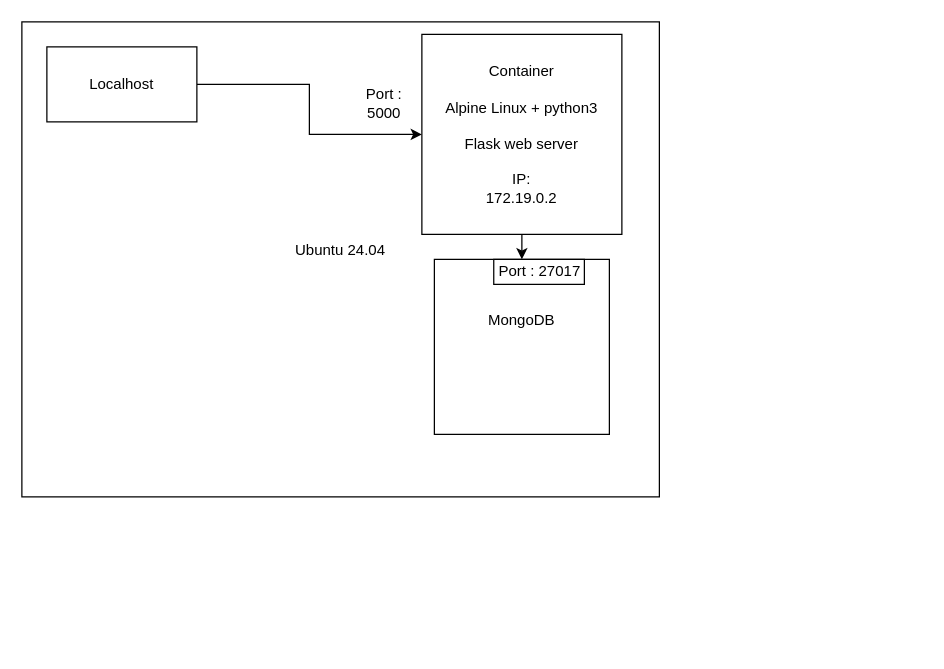
Above: System.drawio in ComplexNetTSP/kubernetes-Milkoeee (draw.io), before the change. Source tidied: cells renumbered, new cells numbered last; positions are measured from the earlier drawing's top-left corner, leaving out a move shared by most shapes. Both pictures are drawn from the tidied source at 125%, with x=0, y=0 at pixel (21, 21).
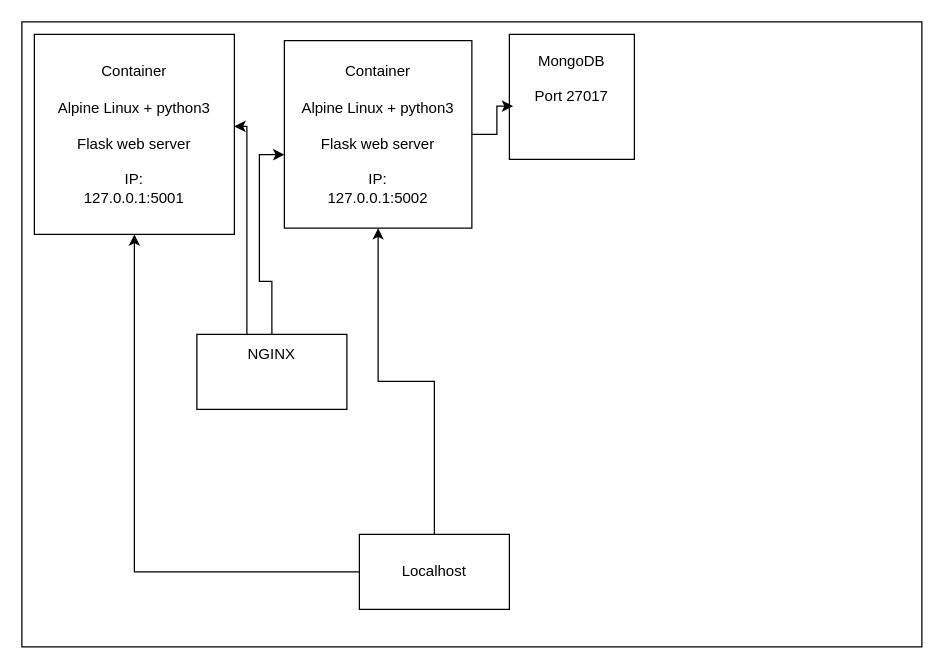
After the change.

What changed in the source:
```diff
@@
 <mxGraphModel>
   <root>
     <mxCell id="0" />
     <mxCell id="1" parent="0" />
-    <mxCell id="2" value="&lt;div&gt;Ubuntu 24.04&lt;/div&gt;&lt;div&gt;&lt;br&gt;&lt;/div&gt;" style="rounded=0;whiteSpace=wrap;html=1;" parent="1" vertex="1">
-      <mxGeometry width="510" height="380" as="geometry" />
+    <mxCell id="2" style="rounded=0;whiteSpace=wrap;html=1;" parent="1" vertex="1">
+      <mxGeometry width="720" height="500" as="geometry" />
     </mxCell>
-    <mxCell id="3" value="&lt;div&gt;Container&lt;/div&gt;&lt;div&gt;&lt;br&gt;&lt;/div&gt;&lt;div&gt;Alpine Linux + python3&lt;/div&gt;&lt;div&gt;&lt;br&gt;&lt;/div&gt;&lt;div&gt;Flask web server&lt;/div&gt;&lt;div&gt;&lt;br&gt;&lt;/div&gt;&lt;div&gt;IP: &lt;br&gt;&lt;/div&gt;172.19.0.2" style="whiteSpace=wrap;html=1;" parent="1" vertex="1">
-      <mxGeometry x="320" y="10" width="160" height="160" as="geometry" />
+    <mxCell id="3" value="&lt;div&gt;Container&lt;/div&gt;&lt;div&gt;&lt;br&gt;&lt;/div&gt;&lt;div&gt;Alpine Linux + python3&lt;/div&gt;&lt;div&gt;&lt;br&gt;&lt;/div&gt;&lt;div&gt;Flask web server&lt;/div&gt;&lt;div&gt;&lt;br&gt;&lt;/div&gt;&lt;div&gt;IP: &lt;br&gt;&lt;/div&gt;127.0.0.1:5002" style="whiteSpace=wrap;html=1;" parent="1" vertex="1">
+      <mxGeometry x="210" y="15" width="150" height="150" as="geometry" />
     </mxCell>
-    <mxCell id="4" value="MongoDB&lt;div&gt;&lt;br&gt;&lt;/div&gt;&lt;div&gt;&lt;br&gt;&lt;/div&gt;&lt;div&gt;&amp;nbsp;&lt;br&gt;&lt;/div&gt;" style="whiteSpace=wrap;html=1;" parent="1" vertex="1">
-      <mxGeometry x="330" y="190" width="140" height="140" as="geometry" />
+    <mxCell id="4" value="MongoDB&lt;div&gt;&lt;br&gt;&lt;/div&gt;&lt;div&gt;Port 27017&lt;/div&gt;&lt;div&gt;&lt;br&gt;&lt;/div&gt;&lt;div&gt;&amp;nbsp;&lt;br&gt;&lt;/div&gt;" style="whiteSpace=wrap;html=1;" parent="1" vertex="1">
+      <mxGeometry x="390" y="10" width="100" height="100" as="geometry" />
     </mxCell>
+    <mxCell id="7" style="edgeStyle=orthogonalEdgeStyle;rounded=0;jettySize=auto;html=1;" parent="1" edge="1" source="8" target="3">
+      <mxGeometry relative="1" as="geometry" />
+    </mxCell>
+    <mxCell id="10" style="edgeStyle=orthogonalEdgeStyle;rounded=0;jettySize=auto;html=1;" parent="1" edge="1" source="8" target="11">
+      <mxGeometry relative="1" as="geometry" />
+    </mxCell>
+    <mxCell id="8" value="Localhost " style="rounded=0;whiteSpace=wrap;html=1;" parent="1" vertex="1">
+      <mxGeometry x="270" y="410" width="120" height="60" as="geometry" />
+    </mxCell>
+    <mxCell id="11" value="&lt;div&gt;Container&lt;/div&gt;&lt;div&gt;&lt;br&gt;&lt;/div&gt;&lt;div&gt;Alpine Linux + python3&lt;/div&gt;&lt;div&gt;&lt;br&gt;&lt;/div&gt;&lt;div&gt;Flask web server&lt;/div&gt;&lt;div&gt;&lt;br&gt;&lt;/div&gt;&lt;div&gt;IP: &lt;br&gt;&lt;/div&gt;127.0.0.1:5001" style="whiteSpace=wrap;html=1;" parent="1" vertex="1">
+      <mxGeometry x="10" y="10" width="160" height="160" as="geometry" />
+    </mxCell>
-    <mxCell id="5" style="endArrow=classic;html=1;rounded=0;entryX=0.5;entryY=0;entryDx=0;entryDy=0;" parent="1" edge="1" source="3" target="4">
+    <mxCell id="5" style="edgeStyle=orthogonalEdgeStyle;rounded=0;jettySize=auto;html=1;entryX=0.03;entryY=0.574;entryDx=0;entryDy=0;entryPerimeter=0;" parent="1" edge="1" source="3" target="4">
       <mxGeometry relative="1" as="geometry" />
     </mxCell>
-    <mxCell id="6" value="Port : 27017" style="rounded=0;whiteSpace=wrap;html=1;" parent="1" vertex="1">
-      <mxGeometry x="377.5" y="190" width="72.5" height="20" as="geometry" />
-    </mxCell>
-    <mxCell id="7" style="edgeStyle=orthogonalEdgeStyle;rounded=0;jettySize=auto;html=1;" parent="1" edge="1" source="8" target="3">
-      <mxGeometry relative="1" as="geometry" />
-    </mxCell>
-    <mxCell id="8" value="Localhost " style="rounded=0;whiteSpace=wrap;html=1;" parent="1" vertex="1">
-      <mxGeometry x="20" y="20" width="120" height="60" as="geometry" />
-    </mxCell>
-    <mxCell id="9" value="Port : 5000" style="text;html=1;align=center;verticalAlign=middle;whiteSpace=wrap;rounded=0;" parent="1" vertex="1">
-      <mxGeometry x="260" y="50" width="60" height="30" as="geometry" />
-    </mxCell>
+    <mxCell id="12" value="&lt;div&gt;NGINX&lt;/div&gt;&lt;div&gt;&lt;br&gt;&lt;/div&gt;&lt;div&gt;&lt;br&gt;&lt;/div&gt;" style="rounded=0;whiteSpace=wrap;html=1;" parent="1" vertex="1">
+      <mxGeometry x="140" y="250" width="120" height="60" as="geometry" />
+    </mxCell>
+    <mxCell id="13" style="edgeStyle=orthogonalEdgeStyle;rounded=0;jettySize=auto;html=1;entryX=1;entryY=0.46;entryDx=0;entryDy=0;entryPerimeter=0;" parent="1" edge="1" source="12" target="11">
+      <mxGeometry relative="1" as="geometry">
+        <Array as="points">
+          <mxPoint x="180" y="240" />
+          <mxPoint x="180" y="240" />
+        </Array>
+      </mxGeometry>
+    </mxCell>
+    <mxCell id="14" style="edgeStyle=orthogonalEdgeStyle;rounded=0;jettySize=auto;html=1;entryX=0;entryY=0.608;entryDx=0;entryDy=0;entryPerimeter=0;" parent="1" edge="1" source="12" target="3">
+      <mxGeometry relative="1" as="geometry" />
+    </mxCell>
   </root>
 </mxGraphModel>
```
